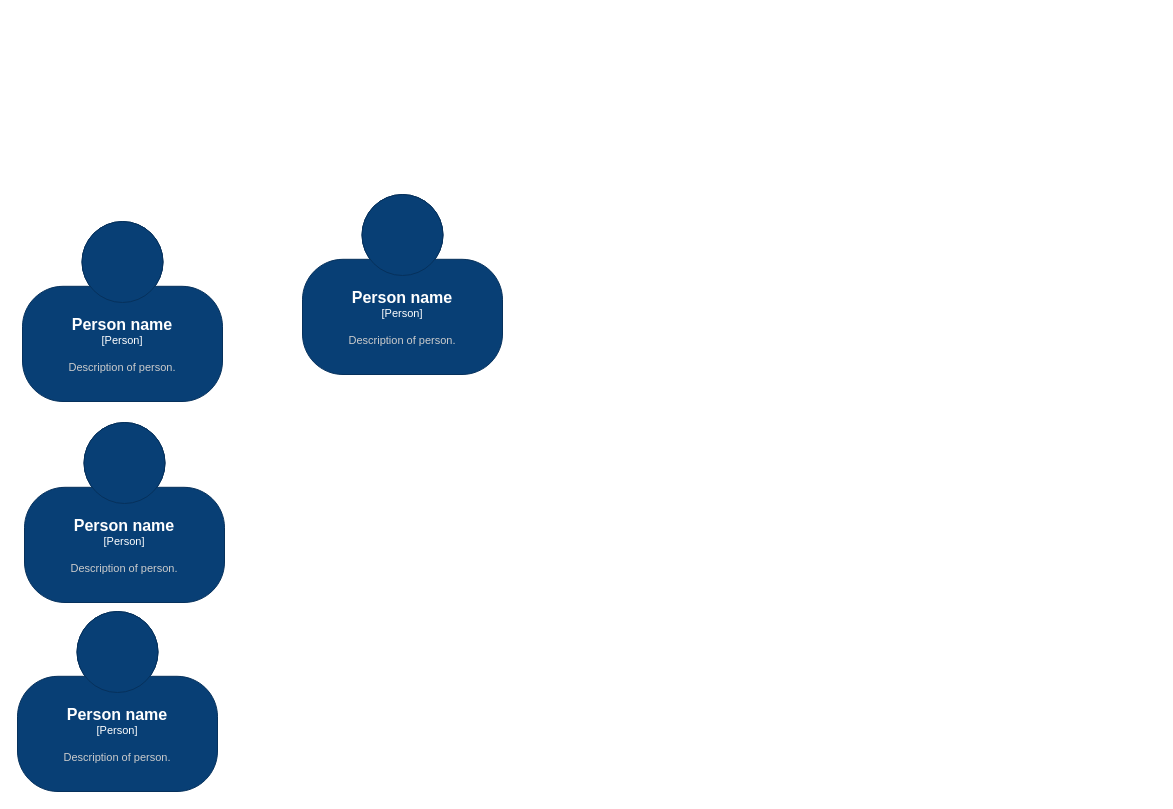
The draw.io diagram Diagrama/c4CarsiShop.drawio in EmilianoChofis/c4CarsiShop, before the edit. Source tidied: cells renumbered, new cells numbered last; positions are measured from the earlier drawing's top-left corner, leaving out a move shared by most shapes. Both pictures are drawn from the tidied source at 100%, with x=0, y=0 at pixel (17, 194).
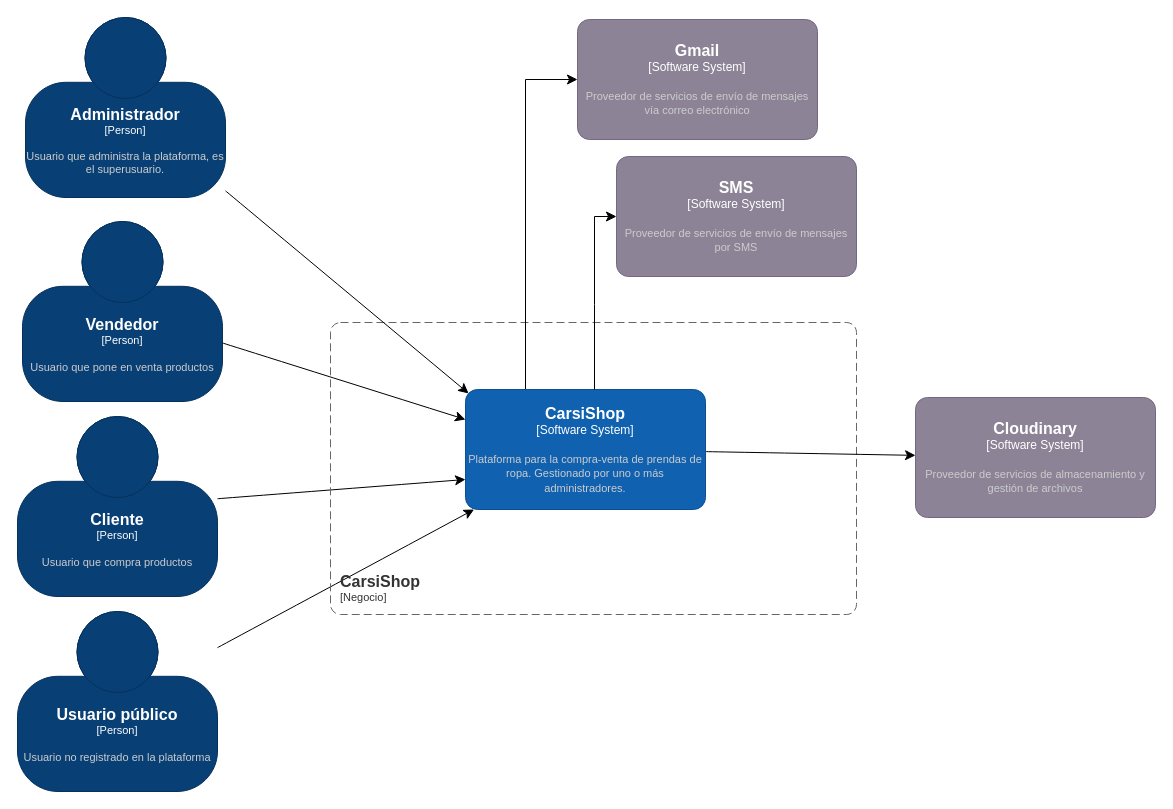
The same diagram, later.

Change to the diagram source:
```diff
@@
-    <object id="2" label="&lt;font style=&quot;font-size: 16px&quot;&gt;&lt;b&gt;%c4Name%&lt;/b&gt;&lt;/font&gt;&lt;div&gt;[%c4Type%]&lt;/div&gt;&lt;br&gt;&lt;div&gt;&lt;font style=&quot;font-size: 11px&quot;&gt;&lt;font color=&quot;#cccccc&quot;&gt;%c4Description%&lt;/font&gt;&lt;/div&gt;" c4Description="Description of person." c4Name="Person name" c4Type="Person" placeholders="1">
+    <object id="2" label="&lt;font style=&quot;font-size: 16px&quot;&gt;&lt;b&gt;%c4Name%&lt;/b&gt;&lt;/font&gt;&lt;div&gt;[%c4Type%]&lt;/div&gt;&lt;br&gt;&lt;div&gt;&lt;font style=&quot;font-size: 11px&quot;&gt;&lt;font color=&quot;#cccccc&quot;&gt;%c4Description%&lt;/font&gt;&lt;/div&gt;" c4Description="Usuario que pone en venta productos" c4Name="Vendedor" c4Type="Person" placeholders="1">
       <mxCell style="html=1;fontSize=11;dashed=0;whiteSpace=wrap;fillColor=#083F75;strokeColor=#06315C;fontColor=#ffffff;shape=mxgraph.c4.person2;align=center;points=[[0.5,0,0],[1,0.5,0],[1,0.75,0],[0.75,1,0],[0.5,1,0],[0.25,1,0],[0,0.75,0],[0,0.5,0]];" parent="1" vertex="1">
         <mxGeometry x="5" y="27" width="200" height="180" as="geometry" />
       </mxCell>
     </object>
+    <mxCell id="6" style="edgeStyle=none;curved=1;rounded=0;jettySize=auto;html=1;fontSize=12;startSize=8;endSize=8;entryX=0;entryY=0.75;entryDx=0;entryDy=0;entryPerimeter=0;" parent="1" edge="1" source="3" target="11">
+      <mxGeometry relative="1" as="geometry" />
+    </mxCell>
-    <object id="3" label="&lt;font style=&quot;font-size: 16px&quot;&gt;&lt;b&gt;%c4Name%&lt;/b&gt;&lt;/font&gt;&lt;div&gt;[%c4Type%]&lt;/div&gt;&lt;br&gt;&lt;div&gt;&lt;font style=&quot;font-size: 11px&quot;&gt;&lt;font color=&quot;#cccccc&quot;&gt;%c4Description%&lt;/font&gt;&lt;/div&gt;" c4Description="Description of person." c4Name="Person name" c4Type="Person" placeholders="1">
+    <object id="3" label="&lt;font style=&quot;font-size: 16px&quot;&gt;&lt;b&gt;%c4Name%&lt;/b&gt;&lt;/font&gt;&lt;div&gt;[%c4Type%]&lt;/div&gt;&lt;br&gt;&lt;div&gt;&lt;font style=&quot;font-size: 11px&quot;&gt;&lt;font color=&quot;#cccccc&quot;&gt;%c4Description%&lt;/font&gt;&lt;/div&gt;" c4Description="Usuario que compra productos" c4Name="Cliente" c4Type="Person" placeholders="1">
       <mxCell style="html=1;fontSize=11;dashed=0;whiteSpace=wrap;fillColor=#083F75;strokeColor=#06315C;fontColor=#ffffff;shape=mxgraph.c4.person2;align=center;points=[[0.5,0,0],[1,0.5,0],[1,0.75,0],[0.75,1,0],[0.5,1,0],[0.25,1,0],[0,0.75,0],[0,0.5,0]];" parent="1" vertex="1">
-        <mxGeometry x="7" y="228" width="200" height="180" as="geometry" />
+        <mxGeometry y="222" width="200" height="180" as="geometry" />
       </mxCell>
     </object>
+    <mxCell id="7" style="edgeStyle=none;curved=1;rounded=0;jettySize=auto;html=1;fontSize=12;startSize=8;endSize=8;" parent="1" edge="1" source="4" target="11">
+      <mxGeometry relative="1" as="geometry" />
+    </mxCell>
-    <object id="4" label="&lt;font style=&quot;font-size: 16px&quot;&gt;&lt;b&gt;%c4Name%&lt;/b&gt;&lt;/font&gt;&lt;div&gt;[%c4Type%]&lt;/div&gt;&lt;br&gt;&lt;div&gt;&lt;font style=&quot;font-size: 11px&quot;&gt;&lt;font color=&quot;#cccccc&quot;&gt;%c4Description%&lt;/font&gt;&lt;/div&gt;" c4Description="Description of person." c4Name="Person name" c4Type="Person" placeholders="1">
+    <object id="4" label="&lt;font style=&quot;font-size: 16px&quot;&gt;&lt;b&gt;%c4Name%&lt;/b&gt;&lt;/font&gt;&lt;div&gt;[%c4Type%]&lt;/div&gt;&lt;br&gt;&lt;div&gt;&lt;font style=&quot;font-size: 11px&quot;&gt;&lt;font color=&quot;#cccccc&quot;&gt;%c4Description%&lt;/font&gt;&lt;/div&gt;" c4Description="Usuario no registrado en la plataforma" c4Name="Usuario público" c4Type="Person" placeholders="1">
       <mxCell style="html=1;fontSize=11;dashed=0;whiteSpace=wrap;fillColor=#083F75;strokeColor=#06315C;fontColor=#ffffff;shape=mxgraph.c4.person2;align=center;points=[[0.5,0,0],[1,0.5,0],[1,0.75,0],[0.75,1,0],[0.5,1,0],[0.25,1,0],[0,0.75,0],[0,0.5,0]];" parent="1" vertex="1">
         <mxGeometry y="417" width="200" height="180" as="geometry" />
       </mxCell>
     </object>
-    <object id="5" label="&lt;font style=&quot;font-size: 16px&quot;&gt;&lt;b&gt;%c4Name%&lt;/b&gt;&lt;/font&gt;&lt;div&gt;[%c4Type%]&lt;/div&gt;&lt;br&gt;&lt;div&gt;&lt;font style=&quot;font-size: 11px&quot;&gt;&lt;font color=&quot;#cccccc&quot;&gt;%c4Description%&lt;/font&gt;&lt;/div&gt;" c4Description="Description of person." c4Name="Person name" c4Type="Person" placeholders="1">
+    <object id="5" label="&lt;font style=&quot;font-size: 16px&quot;&gt;&lt;b&gt;%c4Name%&lt;/b&gt;&lt;/font&gt;&lt;div&gt;[%c4Type%]&lt;/div&gt;&lt;br&gt;&lt;div&gt;&lt;font style=&quot;font-size: 11px&quot;&gt;&lt;font color=&quot;#cccccc&quot;&gt;%c4Description%&lt;/font&gt;&lt;/div&gt;" c4Description="Usuario que administra la plataforma, es el superusuario. " c4Name="Administrador" c4Type="Person" placeholders="1">
       <mxCell style="html=1;fontSize=11;dashed=0;whiteSpace=wrap;fillColor=#083F75;strokeColor=#06315C;fontColor=#ffffff;shape=mxgraph.c4.person2;align=center;points=[[0.5,0,0],[1,0.5,0],[1,0.75,0],[0.75,1,0],[0.5,1,0],[0.25,1,0],[0,0.75,0],[0,0.5,0]];" parent="1" vertex="1">
-        <mxGeometry x="285" width="200" height="180" as="geometry" />
+        <mxGeometry x="8" y="-177" width="200" height="180" as="geometry" />
       </mxCell>
     </object>
+    <object id="8" label="&lt;font style=&quot;font-size: 16px&quot;&gt;&lt;b&gt;&lt;div style=&quot;text-align: left&quot;&gt;%c4Name%&lt;/div&gt;&lt;/b&gt;&lt;/font&gt;&lt;div style=&quot;text-align: left&quot;&gt;[%c4Application%]&lt;/div&gt;" c4Application="Negocio" c4Name="CarsiShop" placeholders="1">
+      <mxCell style="rounded=1;fontSize=11;whiteSpace=wrap;html=1;dashed=1;arcSize=20;fillColor=none;strokeColor=#666666;fontColor=#333333;labelBackgroundColor=none;align=left;verticalAlign=bottom;labelBorderColor=none;spacingTop=0;spacing=10;dashPattern=8 4;perimeter=rectanglePerimeter;noLabel=0;labelPadding=0;absoluteArcSize=1;" parent="1" vertex="1">
+        <mxGeometry x="313" y="128" width="526" height="292" as="geometry" />
+      </mxCell>
+    </object>
+    <mxCell id="9" style="edgeStyle=none;curved=1;rounded=0;jettySize=auto;html=1;fontSize=12;startSize=8;endSize=8;" parent="1" edge="1" source="11" target="15">
+      <mxGeometry relative="1" as="geometry" />
+    </mxCell>
+    <mxCell id="10" style="edgeStyle=orthogonalEdgeStyle;rounded=0;jettySize=auto;html=1;exitX=0.25;exitY=0;exitDx=0;exitDy=0;exitPerimeter=0;fontSize=12;startSize=8;endSize=8;entryX=0;entryY=0.5;entryDx=0;entryDy=0;entryPerimeter=0;" parent="1" edge="1" source="11" target="14">
+      <mxGeometry relative="1" as="geometry" />
+    </mxCell>
+    <object id="11" label="&lt;font style=&quot;font-size: 16px&quot;&gt;&lt;b&gt;%c4Name%&lt;/b&gt;&lt;/font&gt;&lt;div&gt;[%c4Type%]&lt;/div&gt;&lt;br&gt;&lt;div&gt;&lt;font style=&quot;font-size: 11px&quot;&gt;&lt;font color=&quot;#cccccc&quot;&gt;%c4Description%&lt;/font&gt;&lt;/div&gt;" c4Description="Plataforma para la compra-venta de prendas de ropa. Gestionado por uno o más administradores." c4Name="CarsiShop" c4Type="Software System" placeholders="1">
+      <mxCell style="rounded=1;whiteSpace=wrap;html=1;labelBackgroundColor=none;fillColor=#1061B0;fontColor=#ffffff;align=center;arcSize=10;strokeColor=#0D5091;points=[[0.25,0,0],[0.5,0,0],[0.75,0,0],[1,0.25,0],[1,0.5,0],[1,0.75,0],[0.75,1,0],[0.5,1,0],[0.25,1,0],[0,0.75,0],[0,0.5,0],[0,0.25,0]];" parent="1" vertex="1">
+        <mxGeometry x="448" y="195" width="240" height="120" as="geometry" />
+      </mxCell>
+    </object>
+    <mxCell id="12" style="edgeStyle=none;curved=1;rounded=0;jettySize=auto;html=1;entryX=0.013;entryY=0.033;entryDx=0;entryDy=0;entryPerimeter=0;fontSize=12;startSize=8;endSize=8;" parent="1" edge="1" source="5" target="11">
+      <mxGeometry relative="1" as="geometry" />
+    </mxCell>
+    <mxCell id="13" style="edgeStyle=none;curved=1;rounded=0;jettySize=auto;html=1;entryX=0;entryY=0.25;entryDx=0;entryDy=0;entryPerimeter=0;fontSize=12;startSize=8;endSize=8;" parent="1" edge="1" source="2" target="11">
+      <mxGeometry relative="1" as="geometry" />
+    </mxCell>
+    <object id="14" label="&lt;font style=&quot;font-size: 16px&quot;&gt;&lt;b&gt;%c4Name%&lt;/b&gt;&lt;/font&gt;&lt;div&gt;[%c4Type%]&lt;/div&gt;&lt;br&gt;&lt;div&gt;&lt;font style=&quot;font-size: 11px&quot;&gt;&lt;font color=&quot;#cccccc&quot;&gt;%c4Description%&lt;/font&gt;&lt;/div&gt;" c4Description="Proveedor de servicios de envío de mensajes vía correo electrónico" c4Name="Gmail" c4Type="Software System" placeholders="1">
+      <mxCell style="rounded=1;whiteSpace=wrap;html=1;labelBackgroundColor=none;fillColor=#8C8496;fontColor=#ffffff;align=center;arcSize=10;strokeColor=#736782;points=[[0.25,0,0],[0.5,0,0],[0.75,0,0],[1,0.25,0],[1,0.5,0],[1,0.75,0],[0.75,1,0],[0.5,1,0],[0.25,1,0],[0,0.75,0],[0,0.5,0],[0,0.25,0]];" parent="1" vertex="1">
+        <mxGeometry x="560" y="-175" width="240" height="120" as="geometry" />
+      </mxCell>
+    </object>
+    <object id="15" label="&lt;font style=&quot;font-size: 16px&quot;&gt;&lt;b&gt;%c4Name%&lt;/b&gt;&lt;/font&gt;&lt;div&gt;[%c4Type%]&lt;/div&gt;&lt;br&gt;&lt;div&gt;&lt;font style=&quot;font-size: 11px&quot;&gt;&lt;font color=&quot;#cccccc&quot;&gt;%c4Description%&lt;/font&gt;&lt;/div&gt;" c4Description="Proveedor de servicios de almacenamiento y gestión de archivos" c4Name="Cloudinary" c4Type="Software System" placeholders="1">
+      <mxCell style="rounded=1;whiteSpace=wrap;html=1;labelBackgroundColor=none;fillColor=#8C8496;fontColor=#ffffff;align=center;arcSize=10;strokeColor=#736782;points=[[0.25,0,0],[0.5,0,0],[0.75,0,0],[1,0.25,0],[1,0.5,0],[1,0.75,0],[0.75,1,0],[0.5,1,0],[0.25,1,0],[0,0.75,0],[0,0.5,0],[0,0.25,0]];" parent="1" vertex="1">
+        <mxGeometry x="898" y="203" width="240" height="120" as="geometry" />
+      </mxCell>
+    </object>
+    <object id="16" label="&lt;font style=&quot;font-size: 16px&quot;&gt;&lt;b&gt;%c4Name%&lt;/b&gt;&lt;/font&gt;&lt;div&gt;[%c4Type%]&lt;/div&gt;&lt;br&gt;&lt;div&gt;&lt;font style=&quot;font-size: 11px&quot;&gt;&lt;font color=&quot;#cccccc&quot;&gt;%c4Description%&lt;/font&gt;&lt;/div&gt;" c4Description="Proveedor de servicios de envío de mensajes por SMS" c4Name="SMS " c4Type="Software System" placeholders="1">
+      <mxCell style="rounded=1;whiteSpace=wrap;html=1;labelBackgroundColor=none;fillColor=#8C8496;fontColor=#ffffff;align=center;arcSize=10;strokeColor=#736782;points=[[0.25,0,0],[0.5,0,0],[0.75,0,0],[1,0.25,0],[1,0.5,0],[1,0.75,0],[0.75,1,0],[0.5,1,0],[0.25,1,0],[0,0.75,0],[0,0.5,0],[0,0.25,0]];" parent="1" vertex="1">
+        <mxGeometry x="599" y="-38" width="240" height="120" as="geometry" />
+      </mxCell>
+    </object>
+    <mxCell id="17" style="edgeStyle=orthogonalEdgeStyle;rounded=0;jettySize=auto;html=1;fontSize=12;startSize=8;endSize=8;entryX=0;entryY=0.5;entryDx=0;entryDy=0;entryPerimeter=0;" parent="1" edge="1" target="16">
+      <mxGeometry relative="1" as="geometry">
+        <mxPoint x="577" y="195" as="sourcePoint" />
+        <Array as="points">
+          <mxPoint x="577" y="110" />
+          <mxPoint x="577" y="110" />
+        </Array>
+      </mxGeometry>
+    </mxCell>
```
